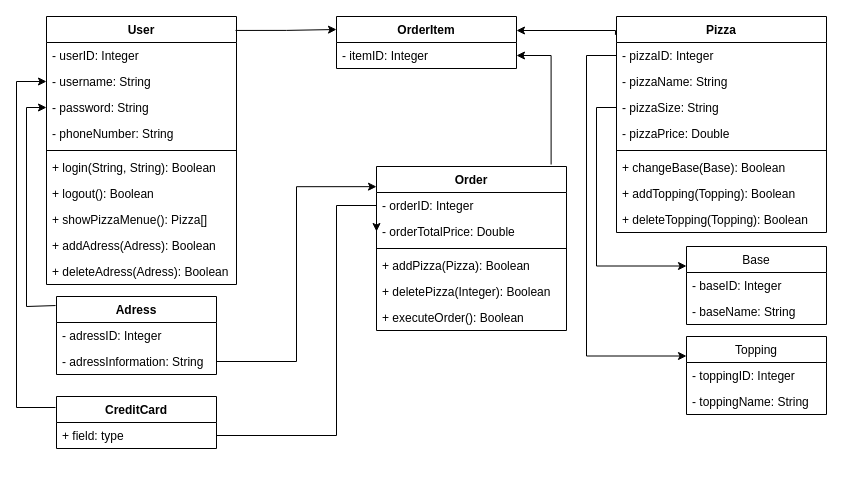
This is Task 1/pizza_class_diagramm.drawio from BlackFox1197/sdi, a draw.io file, before an edit. Source tidied: cells renumbered, new cells numbered last; positions are measured from the earlier drawing's top-left corner, leaving out a move shared by most shapes. Both pictures are drawn from the tidied source at 100%, with x=0, y=0 at pixel (16, 16).
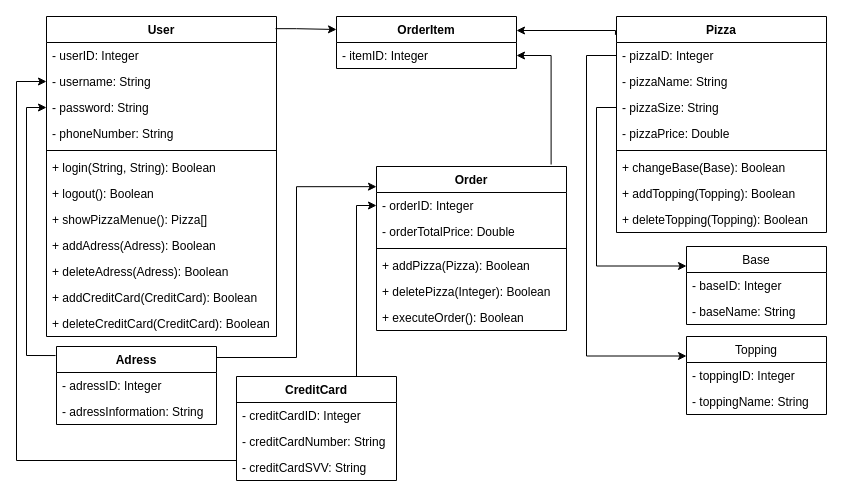
The same diagram, later.

The change refers to these unchanged cells:
```xml
<mxCell id="13" value="OrderItem" style="swimlane;fontStyle=1;align=center;verticalAlign=top;horizontal=1;startSize=26;" parent="1" vertex="1">
  <mxGeometry x="320" width="180" height="52" as="geometry" />
</mxCell>
<mxCell id="32" value="Order" style="swimlane;fontStyle=1;align=center;verticalAlign=top;horizontal=1;startSize=26;" parent="1" vertex="1">
  <mxGeometry x="360" y="150" width="190" height="164" as="geometry" />
</mxCell>
<mxCell id="34" value="- orderTotalPrice: Double" style="text;strokeColor=none;fillColor=none;align=left;verticalAlign=top;spacingLeft=4;spacingRight=4;overflow=hidden;points=[[0,0.5],[1,0.5]];portConstraint=eastwest;" parent="32" vertex="1">
  <mxGeometry y="52" width="190" height="26" as="geometry" />
</mxCell>
<mxCell id="41" value="- adressInformation: String" style="text;strokeColor=none;fillColor=none;align=left;verticalAlign=top;spacingLeft=4;spacingRight=4;overflow=hidden;points=[[0,0.5],[1,0.5]];portConstraint=eastwest;" parent="39" vertex="1">
  <mxGeometry y="52" width="160" height="26" as="geometry" />
</mxCell>
```

What changed in the source:
```diff
@@
     <mxCell id="2" value="User" style="swimlane;fontStyle=1;align=center;verticalAlign=top;horizontal=1;startSize=26;" parent="1" vertex="1">
-      <mxGeometry x="30" width="190" height="268" as="geometry" />
+      <mxGeometry x="30" width="230" height="320" as="geometry" />
     </mxCell>
     <mxCell id="3" value="- userID: Integer" style="text;strokeColor=none;fillColor=none;align=left;verticalAlign=top;spacingLeft=4;spacingRight=4;overflow=hidden;" parent="2" vertex="1">
-      <mxGeometry y="26" width="190" height="26" as="geometry" />
+      <mxGeometry y="26" width="230" height="26" as="geometry" />
     </mxCell>
     <mxCell id="4" value="- username: String" style="text;strokeColor=none;fillColor=none;align=left;verticalAlign=top;spacingLeft=4;spacingRight=4;overflow=hidden;points=[[0,0.5],[1,0.5]];portConstraint=eastwest;" parent="2" vertex="1">
-      <mxGeometry y="52" width="190" height="26" as="geometry" />
+      <mxGeometry y="52" width="230" height="26" as="geometry" />
     </mxCell>
     <mxCell id="5" value="- password: String" style="text;strokeColor=none;fillColor=none;align=left;verticalAlign=top;spacingLeft=4;spacingRight=4;overflow=hidden;points=[[0,0.5],[1,0.5]];portConstraint=eastwest;" parent="2" vertex="1">
-      <mxGeometry y="78" width="190" height="26" as="geometry" />
+      <mxGeometry y="78" width="230" height="26" as="geometry" />
     </mxCell>
     <mxCell id="6" value="- phoneNumber: String" style="text;strokeColor=none;fillColor=none;align=left;verticalAlign=top;spacingLeft=4;spacingRight=4;overflow=hidden;" parent="2" vertex="1">
-      <mxGeometry y="104" width="190" height="26" as="geometry" />
+      <mxGeometry y="104" width="230" height="26" as="geometry" />
     </mxCell>
     <mxCell id="7" style="line;strokeWidth=1;fillColor=none;align=left;verticalAlign=middle;spacingTop=-1;spacingLeft=3;spacingRight=3;labelPosition=right;" parent="2" vertex="1">
-      <mxGeometry y="130" width="190" height="8" as="geometry" />
+      <mxGeometry y="130" width="230" height="8" as="geometry" />
     </mxCell>
     <mxCell id="8" value="+ login(String, String): Boolean" style="text;strokeColor=none;fillColor=none;align=left;verticalAlign=top;spacingLeft=4;spacingRight=4;overflow=hidden;" parent="2" vertex="1">
-      <mxGeometry y="138" width="190" height="26" as="geometry" />
+      <mxGeometry y="138" width="230" height="26" as="geometry" />
     </mxCell>
     <mxCell id="9" value="+ logout(): Boolean" style="text;strokeColor=none;fillColor=none;align=left;verticalAlign=top;spacingLeft=4;spacingRight=4;overflow=hidden;" parent="2" vertex="1">
-      <mxGeometry y="164" width="190" height="26" as="geometry" />
+      <mxGeometry y="164" width="230" height="26" as="geometry" />
     </mxCell>
     <mxCell id="10" value="+ showPizzaMenue(): Pizza[]" style="text;strokeColor=none;fillColor=none;align=left;verticalAlign=top;spacingLeft=4;spacingRight=4;overflow=hidden;" parent="2" vertex="1">
-      <mxGeometry y="190" width="190" height="26" as="geometry" />
+      <mxGeometry y="190" width="230" height="26" as="geometry" />
     </mxCell>
     <mxCell id="11" value="+ addAdress(Adress): Boolean" style="text;strokeColor=none;fillColor=none;align=left;verticalAlign=top;spacingLeft=4;spacingRight=4;overflow=hidden;" parent="2" vertex="1">
-      <mxGeometry y="216" width="190" height="26" as="geometry" />
+      <mxGeometry y="216" width="230" height="26" as="geometry" />
     </mxCell>
     <mxCell id="12" value="+ deleteAdress(Adress): Boolean" style="text;strokeColor=none;fillColor=none;align=left;verticalAlign=top;spacingLeft=4;spacingRight=4;overflow=hidden;" parent="2" vertex="1">
-      <mxGeometry y="242" width="190" height="26" as="geometry" />
+      <mxGeometry y="242" width="230" height="26" as="geometry" />
     </mxCell>
+    <mxCell id="51" value="+ addCreditCard(CreditCard): Boolean" style="text;strokeColor=none;fillColor=none;align=left;verticalAlign=top;spacingLeft=4;spacingRight=4;overflow=hidden;" parent="2" vertex="1">
+      <mxGeometry y="268" width="230" height="26" as="geometry" />
+    </mxCell>
+    <mxCell id="52" value="+ deleteCreditCard(CreditCard): Boolean" style="text;strokeColor=none;fillColor=none;align=left;verticalAlign=top;spacingLeft=4;spacingRight=4;overflow=hidden;" parent="2" vertex="1">
+      <mxGeometry y="294" width="230" height="26" as="geometry" />
+    </mxCell>
@@
     <mxCell id="39" value="Adress" style="swimlane;fontStyle=1;align=center;verticalAlign=top;horizontal=1;startSize=26;" parent="1" vertex="1">
-      <mxGeometry x="40" y="280" width="160" height="78" as="geometry" />
+      <mxGeometry x="40" y="330" width="160" height="78" as="geometry" />
     </mxCell>
@@
     <mxCell id="42" value="CreditCard" style="swimlane;fontStyle=1;align=center;verticalAlign=top;horizontal=1;startSize=26;" parent="1" vertex="1">
-      <mxGeometry x="40" y="380" width="160" height="52" as="geometry" />
+      <mxGeometry x="220" y="360" width="160" height="104" as="geometry" />
     </mxCell>
+    <mxCell id="53" value="- creditCardID: Integer" style="text;strokeColor=none;fillColor=none;align=left;verticalAlign=top;spacingLeft=4;spacingRight=4;overflow=hidden;" parent="42" vertex="1">
+      <mxGeometry y="26" width="160" height="26" as="geometry" />
+    </mxCell>
+    <mxCell id="54" value="- creditCardNumber: String" style="text;strokeColor=none;fillColor=none;align=left;verticalAlign=top;spacingLeft=4;spacingRight=4;overflow=hidden;" parent="42" vertex="1">
+      <mxGeometry y="52" width="160" height="26" as="geometry" />
+    </mxCell>
-    <mxCell id="43" value="+ field: type" style="text;strokeColor=none;fillColor=none;align=left;verticalAlign=top;spacingLeft=4;spacingRight=4;overflow=hidden;points=[[0,0.5],[1,0.5]];portConstraint=eastwest;" parent="42" vertex="1">
-      <mxGeometry y="26" width="160" height="26" as="geometry" />
+    <mxCell id="43" value="- creditCardSVV: String" style="text;strokeColor=none;fillColor=none;align=left;verticalAlign=top;spacingLeft=4;spacingRight=4;overflow=hidden;points=[[0,0.5],[1,0.5]];portConstraint=eastwest;" parent="42" vertex="1">
+      <mxGeometry y="78" width="160" height="26" as="geometry" />
     </mxCell>
@@
     <mxCell id="45" style="edgeStyle=orthogonalEdgeStyle;rounded=0;jettySize=auto;html=1;exitX=-0.006;exitY=0.116;exitDx=0;exitDy=0;entryX=0;entryY=0.5;entryDx=0;entryDy=0;exitPerimeter=0;" parent="1" edge="1" source="39" target="5">
       <mxGeometry relative="1" as="geometry">
         <Array as="points">
-          <mxPoint x="10" y="290" />
+          <mxPoint x="10" y="339" />
           <mxPoint x="10" y="91" />
         </Array>
       </mxGeometry>
     </mxCell>
-    <mxCell id="46" style="edgeStyle=orthogonalEdgeStyle;rounded=0;jettySize=auto;html=1;entryX=0;entryY=0.5;entryDx=0;entryDy=0;" parent="1" edge="1" target="4">
+    <mxCell id="46" style="edgeStyle=orthogonalEdgeStyle;rounded=0;jettySize=auto;html=1;entryX=0;entryY=0.5;entryDx=0;entryDy=0;exitX=0;exitY=0.135;exitDx=0;exitDy=0;exitPerimeter=0;" parent="1" edge="1" source="42" target="4">
       <mxGeometry relative="1" as="geometry">
-        <mxPoint x="39" y="391" as="sourcePoint" />
         <Array as="points">
-          <mxPoint x="39" y="391" />
-          <mxPoint y="391" />
+          <mxPoint y="444" />
           <mxPoint y="65" />
         </Array>
       </mxGeometry>
     </mxCell>
@@
-    <mxCell id="48" style="edgeStyle=orthogonalEdgeStyle;rounded=0;jettySize=auto;html=1;exitX=1;exitY=0.5;exitDx=0;exitDy=0;entryX=0;entryY=0.123;entryDx=0;entryDy=0;entryPerimeter=0;" parent="1" edge="1" source="41" target="32">
+    <mxCell id="48" style="edgeStyle=orthogonalEdgeStyle;rounded=0;jettySize=auto;html=1;exitX=1;exitY=0.141;exitDx=0;exitDy=0;entryX=0;entryY=0.123;entryDx=0;entryDy=0;entryPerimeter=0;exitPerimeter=0;" parent="1" edge="1" source="39" target="32">
       <mxGeometry relative="1" as="geometry" />
     </mxCell>
-    <mxCell id="49" style="edgeStyle=orthogonalEdgeStyle;rounded=0;jettySize=auto;html=1;exitX=1;exitY=0.5;exitDx=0;exitDy=0;entryX=0;entryY=0.5;entryDx=0;entryDy=0;" parent="1" edge="1" source="43" target="34">
+    <mxCell id="49" style="edgeStyle=orthogonalEdgeStyle;rounded=0;jettySize=auto;html=1;exitX=0.75;exitY=0;exitDx=0;exitDy=0;" parent="1" edge="1" source="42">
       <mxGeometry relative="1" as="geometry">
+        <mxPoint x="360" y="189" as="targetPoint" />
         <Array as="points">
-          <mxPoint x="320" y="419" />
-          <mxPoint x="320" y="189" />
+          <mxPoint x="340" y="189" />
         </Array>
       </mxGeometry>
     </mxCell>
-    <mxCell id="50" style="edgeStyle=orthogonalEdgeStyle;rounded=0;jettySize=auto;html=1;exitX=0.995;exitY=0.052;exitDx=0;exitDy=0;entryX=0;entryY=0.25;entryDx=0;entryDy=0;exitPerimeter=0;" parent="1" edge="1" source="2" target="13">
-      <mxGeometry relative="1" as="geometry" />
+    <mxCell id="50" style="edgeStyle=orthogonalEdgeStyle;rounded=0;jettySize=auto;html=1;entryX=0;entryY=0.25;entryDx=0;entryDy=0;exitX=0.996;exitY=0.038;exitDx=0;exitDy=0;exitPerimeter=0;" parent="1" edge="1" source="2" target="13">
+      <mxGeometry relative="1" as="geometry">
+        <Array as="points">
+          <mxPoint x="280" y="12" />
+        </Array>
+      </mxGeometry>
     </mxCell>
```
